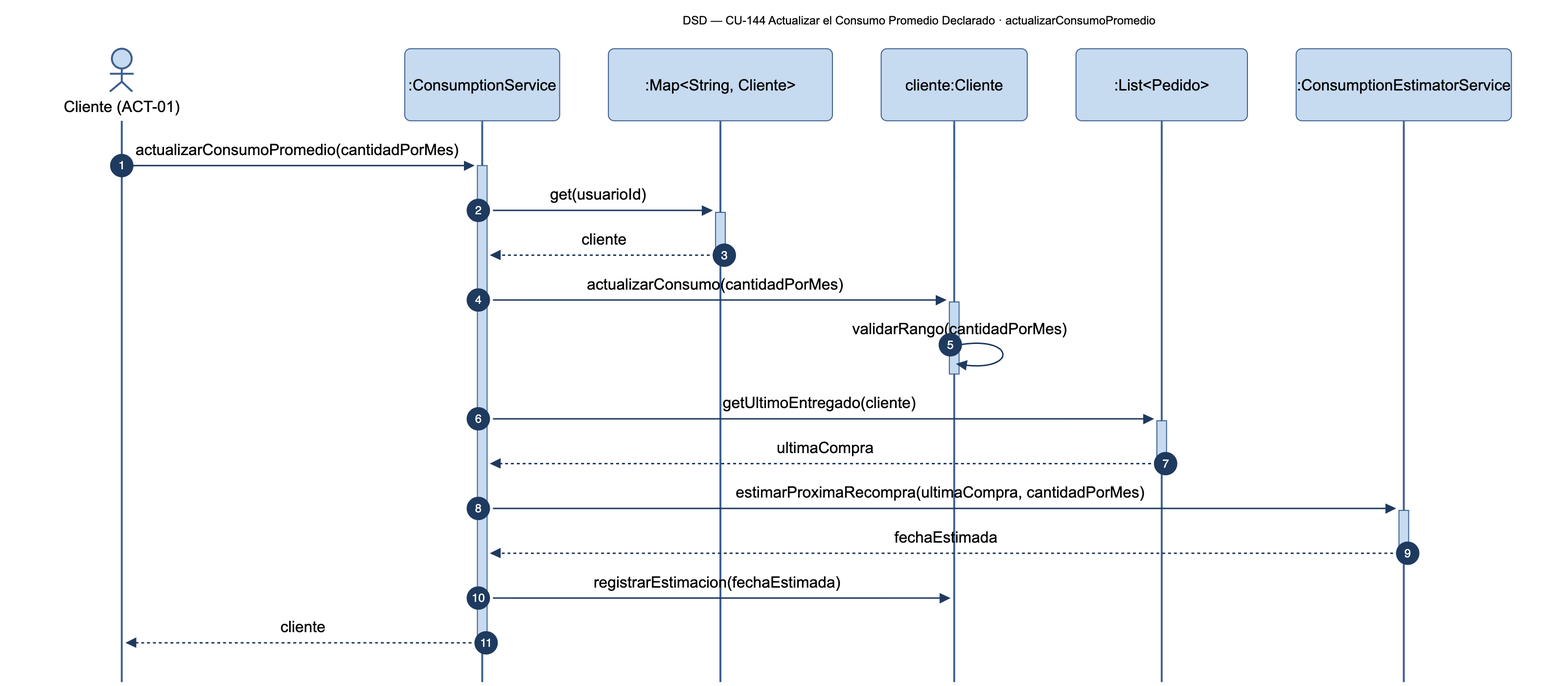
The Mermaid diagram diagramas/png/DSD_CU-144_actualizarConsumoPromedio.png in Nahuelito-Dev/splg-docs, before a commit. Its source is kept beside it as diagramas/DSD_CU-144_actualizarConsumoPromedio.mmd. Its diagram source:
```mermaid
sequenceDiagram
    title DSD — CU-144 Actualizar el Consumo Promedio Declarado · actualizarConsumoPromedio
    autonumber
    actor CLI as Cliente (ACT-01)
    participant CON as :ConsumptionService
    participant COL as :Map#lt;String, Cliente#gt;
    participant CLE as cliente:Cliente
    participant PEDS as :List#lt;Pedido#gt;
    participant EST as :ConsumptionEstimatorService

    CLI->>+CON: actualizarConsumoPromedio(cantidadPorMes)
    CON->>+COL: get(usuarioId)
    COL-->>-CON: cliente
    CON->>+CLE: actualizarConsumo(cantidadPorMes)
    CLE->>CLE: validarRango(cantidadPorMes)
    deactivate CLE
    CON->>+PEDS: getUltimoEntregado(cliente)
    PEDS-->>-CON: ultimaCompra
    CON->>+EST: estimarProximaRecompra(ultimaCompra, cantidadPorMes)
    EST-->>-CON: fechaEstimada
    CON->>CLE: registrarEstimacion(fechaEstimada)
    CON-->>-CLI: cliente
```
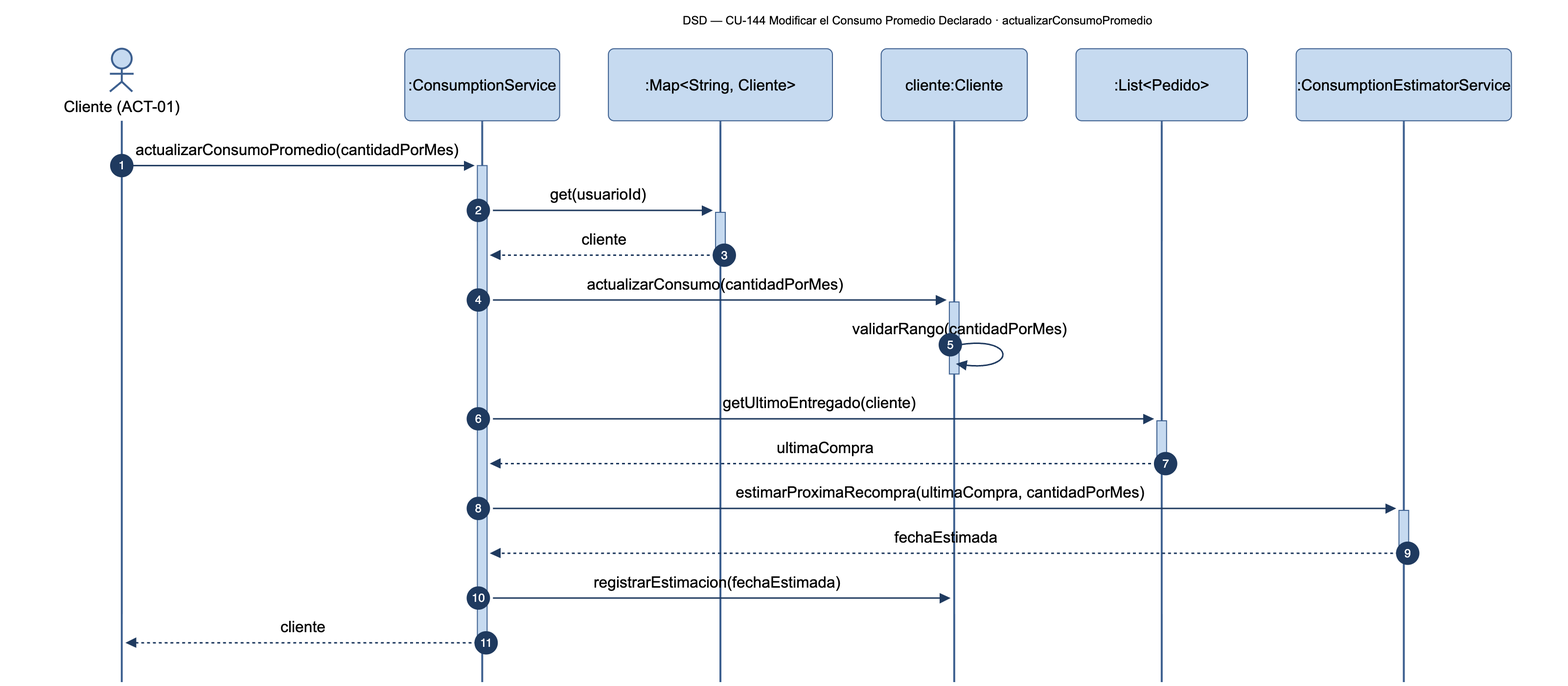
Above is the later version.

What changed in the source:
```diff
@@ -1,5 +1,5 @@
 sequenceDiagram
-    title DSD — CU-144 Actualizar el Consumo Promedio Declarado · actualizarConsumoPromedio
+    title DSD — CU-144 Modificar el Consumo Promedio Declarado · actualizarConsumoPromedio
     autonumber
     actor CLI as Cliente (ACT-01)
     participant CON as :ConsumptionService
```
